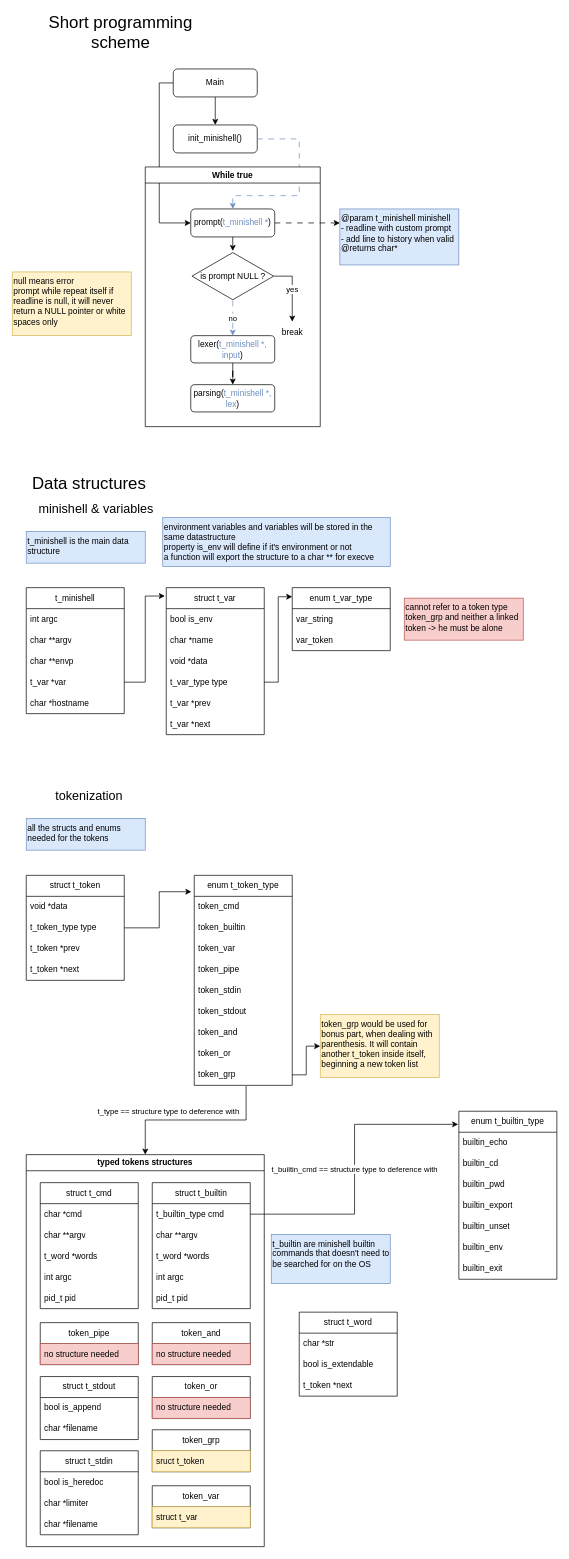
Before: docs/flow_scheme.drawio in RPDJF/42-minishell, a draw.io diagram. Source tidied: cells renumbered, new cells numbered last; positions are measured from the earlier drawing's top-left corner, leaving out a move shared by most shapes. Both pictures are drawn from the tidied source at 70%, with x=0, y=0 at pixel (12, 13).
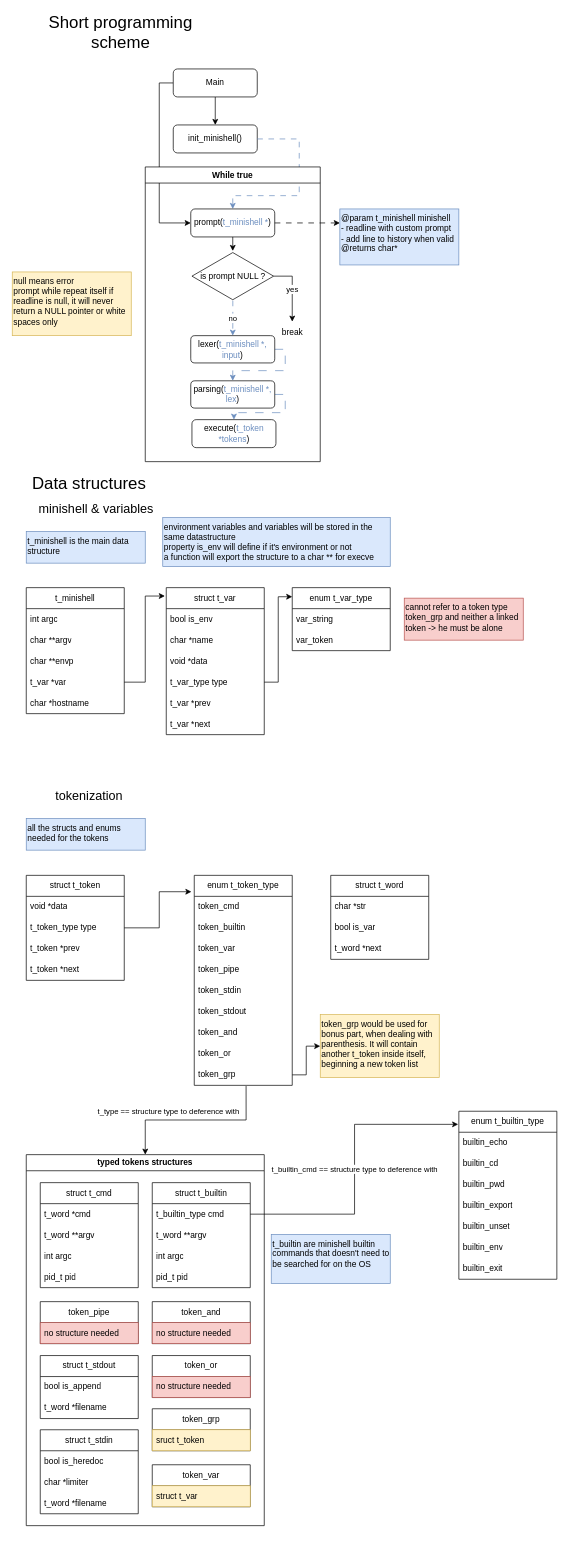
The same page after the edit.

Commit message:
Mettre à jour flow_scheme.drawio

The change refers to these unchanged cells:
```xml
<mxCell id="11" value="lexer(&lt;font color=&quot;#6c8ebf&quot;&gt;t_minishell *, input&lt;/font&gt;)" style="rounded=1;whiteSpace=wrap;html=1;fontSize=12;glass=0;strokeWidth=1;shadow=0;" parent="8" vertex="1">
  <mxGeometry x="65" y="241" width="120" height="39" as="geometry" />
</mxCell>
```

Change to the diagram source:
```diff
@@
     <mxCell id="8" value="While true" style="swimlane;whiteSpace=wrap;html=1;" parent="1" vertex="1">
-      <mxGeometry x="190" y="220" width="250" height="371" as="geometry" />
+      <mxGeometry x="190" y="220" width="250" height="421" as="geometry" />
     </mxCell>
@@
-    <mxCell id="10" style="edgeStyle=orthogonalEdgeStyle;rounded=0;jettySize=auto;html=1;entryX=0.5;entryY=0;entryDx=0;entryDy=0;" parent="8" edge="1" source="11" target="12">
-      <mxGeometry relative="1" as="geometry" />
+    <mxCell id="10" style="edgeStyle=orthogonalEdgeStyle;rounded=0;jettySize=auto;html=1;dashed=1;dashPattern=12 12;fillColor=#dae8fc;strokeColor=#6c8ebf;" parent="8" edge="1" source="11" target="12">
+      <mxGeometry relative="1" as="geometry">
+        <Array as="points">
+          <mxPoint x="200" y="261" />
+          <mxPoint x="200" y="291" />
+          <mxPoint x="125" y="291" />
+        </Array>
+      </mxGeometry>
     </mxCell>
@@
+    <mxCell id="109" style="edgeStyle=orthogonalEdgeStyle;rounded=0;jettySize=auto;html=1;entryX=0.5;entryY=0;entryDx=0;entryDy=0;fillColor=#dae8fc;strokeColor=#6c8ebf;dashed=1;dashPattern=12 12;" parent="8" edge="1" source="12" target="110">
+      <mxGeometry relative="1" as="geometry">
+        <Array as="points">
+          <mxPoint x="200" y="325" />
+          <mxPoint x="200" y="351" />
+          <mxPoint x="127" y="351" />
+        </Array>
+      </mxGeometry>
+    </mxCell>
     <mxCell id="12" value="parsing(&lt;font color=&quot;#6c8ebf&quot;&gt;t_minishell *, lex&lt;/font&gt;)" style="rounded=1;whiteSpace=wrap;html=1;fontSize=12;glass=0;strokeWidth=1;shadow=0;" parent="8" vertex="1">
-      <mxGeometry x="65" y="311" width="120" height="39" as="geometry" />
+      <mxGeometry x="65" y="305.5" width="120" height="39" as="geometry" />
     </mxCell>
@@
+    <mxCell id="110" value="execute(&lt;font color=&quot;#6c8ebf&quot;&gt;t_token *tokens&lt;/font&gt;)" style="rounded=1;whiteSpace=wrap;html=1;fontSize=12;glass=0;strokeWidth=1;shadow=0;" parent="8" vertex="1">
+      <mxGeometry x="66.7" y="361" width="120" height="40" as="geometry" />
+    </mxCell>
@@
     <mxCell id="37" value="typed tokens structures" style="swimlane;whiteSpace=wrap;html=1;" parent="1" vertex="1">
-      <mxGeometry x="20" y="1631" width="340" height="560" as="geometry" />
+      <mxGeometry x="20" y="1631" width="340" height="530" as="geometry" />
     </mxCell>
     <mxCell id="38" value="struct t_cmd" style="swimlane;fontStyle=0;horizontal=1;startSize=30;whiteSpace=wrap;html=1;" parent="37" vertex="1">
-      <mxGeometry x="20" y="40" width="140" height="180" as="geometry" />
+      <mxGeometry x="20" y="40" width="140" height="150" as="geometry" />
     </mxCell>
-    <mxCell id="39" value="char *cmd" style="text;strokeColor=none;fillColor=none;align=left;verticalAlign=middle;spacingLeft=4;spacingRight=4;overflow=hidden;whiteSpace=wrap;html=1;" parent="38" vertex="1">
+    <mxCell id="39" value="t_word *cmd" style="text;strokeColor=none;fillColor=none;align=left;verticalAlign=middle;spacingLeft=4;spacingRight=4;overflow=hidden;whiteSpace=wrap;html=1;" parent="38" vertex="1">
       <mxGeometry y="30" width="140" height="30" as="geometry" />
     </mxCell>
-    <mxCell id="40" value="char **argv" style="text;strokeColor=none;fillColor=none;align=left;verticalAlign=middle;spacingLeft=4;spacingRight=4;overflow=hidden;whiteSpace=wrap;html=1;" parent="38" vertex="1">
+    <mxCell id="40" value="t_word **argv" style="text;strokeColor=none;fillColor=none;align=left;verticalAlign=middle;spacingLeft=4;spacingRight=4;overflow=hidden;whiteSpace=wrap;html=1;" parent="38" vertex="1">
       <mxGeometry y="60" width="140" height="30" as="geometry" />
     </mxCell>
-    <mxCell id="41" value="t_word *words" style="text;strokeColor=none;fillColor=none;align=left;verticalAlign=middle;spacingLeft=4;spacingRight=4;overflow=hidden;whiteSpace=wrap;html=1;" parent="38" vertex="1">
-      <mxGeometry y="90" width="140" height="30" as="geometry" />
-    </mxCell>
     <mxCell id="42" value="int argc" style="text;strokeColor=none;fillColor=none;align=left;verticalAlign=middle;spacingLeft=4;spacingRight=4;overflow=hidden;whiteSpace=wrap;html=1;" parent="38" vertex="1">
-      <mxGeometry y="120" width="140" height="30" as="geometry" />
+      <mxGeometry y="90" width="140" height="30" as="geometry" />
     </mxCell>
     <mxCell id="43" value="pid_t pid" style="text;strokeColor=none;fillColor=none;align=left;verticalAlign=middle;spacingLeft=4;spacingRight=4;overflow=hidden;whiteSpace=wrap;html=1;" parent="38" vertex="1">
-      <mxGeometry y="150" width="140" height="30" as="geometry" />
+      <mxGeometry y="120" width="140" height="30" as="geometry" />
     </mxCell>
     <mxCell id="44" value="struct t_builtin" style="swimlane;fontStyle=0;horizontal=1;startSize=30;whiteSpace=wrap;html=1;" parent="37" vertex="1">
-      <mxGeometry x="180" y="40" width="140" height="180" as="geometry" />
+      <mxGeometry x="180" y="40" width="140" height="150" as="geometry" />
     </mxCell>
@@
-    <mxCell id="46" value="char **argv" style="text;strokeColor=none;fillColor=none;align=left;verticalAlign=middle;spacingLeft=4;spacingRight=4;overflow=hidden;whiteSpace=wrap;html=1;" parent="44" vertex="1">
+    <mxCell id="46" value="t_word **argv" style="text;strokeColor=none;fillColor=none;align=left;verticalAlign=middle;spacingLeft=4;spacingRight=4;overflow=hidden;whiteSpace=wrap;html=1;" parent="44" vertex="1">
       <mxGeometry y="60" width="140" height="30" as="geometry" />
     </mxCell>
-    <mxCell id="47" value="t_word *words" style="text;strokeColor=none;fillColor=none;align=left;verticalAlign=middle;spacingLeft=4;spacingRight=4;overflow=hidden;whiteSpace=wrap;html=1;" parent="44" vertex="1">
-      <mxGeometry y="90" width="140" height="30" as="geometry" />
-    </mxCell>
     <mxCell id="48" value="int argc" style="text;strokeColor=none;fillColor=none;align=left;verticalAlign=middle;spacingLeft=4;spacingRight=4;overflow=hidden;whiteSpace=wrap;html=1;" parent="44" vertex="1">
-      <mxGeometry y="120" width="140" height="30" as="geometry" />
+      <mxGeometry y="90" width="140" height="30" as="geometry" />
     </mxCell>
     <mxCell id="49" value="pid_t pid" style="text;strokeColor=none;fillColor=none;align=left;verticalAlign=middle;spacingLeft=4;spacingRight=4;overflow=hidden;whiteSpace=wrap;html=1;" parent="44" vertex="1">
-      <mxGeometry y="150" width="140" height="30" as="geometry" />
+      <mxGeometry y="120" width="140" height="30" as="geometry" />
     </mxCell>
     <mxCell id="50" value="token_pipe" style="swimlane;fontStyle=0;horizontal=1;startSize=30;whiteSpace=wrap;html=1;" parent="37" vertex="1">
-      <mxGeometry x="20" y="240" width="140" height="60" as="geometry" />
+      <mxGeometry x="20" y="210" width="140" height="60" as="geometry" />
     </mxCell>
@@
     <mxCell id="52" value="struct t_stdout" style="swimlane;fontStyle=0;horizontal=1;startSize=30;whiteSpace=wrap;html=1;" parent="37" vertex="1">
-      <mxGeometry x="20" y="317" width="140" height="90" as="geometry" />
+      <mxGeometry x="20" y="287" width="140" height="90" as="geometry" />
     </mxCell>
@@
-    <mxCell id="54" value="char *filename" style="text;strokeColor=none;fillColor=none;align=left;verticalAlign=middle;spacingLeft=4;spacingRight=4;overflow=hidden;whiteSpace=wrap;html=1;" parent="52" vertex="1">
+    <mxCell id="54" value="t_word *filename" style="text;strokeColor=none;fillColor=none;align=left;verticalAlign=middle;spacingLeft=4;spacingRight=4;overflow=hidden;whiteSpace=wrap;html=1;" parent="52" vertex="1">
       <mxGeometry y="60" width="140" height="30" as="geometry" />
     </mxCell>
     <mxCell id="55" value="token_and" style="swimlane;fontStyle=0;horizontal=1;startSize=30;whiteSpace=wrap;html=1;" parent="37" vertex="1">
-      <mxGeometry x="180" y="240" width="140" height="60" as="geometry" />
+      <mxGeometry x="180" y="210" width="140" height="60" as="geometry" />
     </mxCell>
@@
     <mxCell id="57" value="token_or" style="swimlane;fontStyle=0;horizontal=1;startSize=30;whiteSpace=wrap;html=1;" parent="37" vertex="1">
-      <mxGeometry x="180" y="317" width="140" height="60" as="geometry" />
+      <mxGeometry x="180" y="287" width="140" height="60" as="geometry" />
     </mxCell>
@@
     <mxCell id="59" value="struct t_stdin" style="swimlane;fontStyle=0;horizontal=1;startSize=30;whiteSpace=wrap;html=1;" parent="37" vertex="1">
-      <mxGeometry x="20" y="423" width="140" height="120" as="geometry" />
+      <mxGeometry x="20" y="393" width="140" height="120" as="geometry" />
     </mxCell>
@@
-    <mxCell id="62" value="char *filename" style="text;strokeColor=none;fillColor=none;align=left;verticalAlign=middle;spacingLeft=4;spacingRight=4;overflow=hidden;whiteSpace=wrap;html=1;" parent="59" vertex="1">
+    <mxCell id="62" value="t_word *filename" style="text;strokeColor=none;fillColor=none;align=left;verticalAlign=middle;spacingLeft=4;spacingRight=4;overflow=hidden;whiteSpace=wrap;html=1;" parent="59" vertex="1">
       <mxGeometry y="90" width="140" height="30" as="geometry" />
     </mxCell>
     <mxCell id="63" value="token_grp" style="swimlane;fontStyle=0;horizontal=1;startSize=30;whiteSpace=wrap;html=1;" parent="37" vertex="1">
-      <mxGeometry x="180" y="393" width="140" height="60" as="geometry" />
+      <mxGeometry x="180" y="363" width="140" height="60" as="geometry" />
     </mxCell>
@@
     <mxCell id="65" value="token_var" style="swimlane;fontStyle=0;horizontal=1;startSize=30;whiteSpace=wrap;html=1;" parent="37" vertex="1">
-      <mxGeometry x="180" y="473" width="140" height="60" as="geometry" />
+      <mxGeometry x="180" y="443" width="140" height="60" as="geometry" />
     </mxCell>
@@
     <mxCell id="105" value="struct t_word" style="swimlane;fontStyle=0;horizontal=1;startSize=30;whiteSpace=wrap;html=1;" parent="1" vertex="1">
-      <mxGeometry x="410" y="1856" width="140" height="120" as="geometry" />
+      <mxGeometry x="455" y="1232" width="140" height="120" as="geometry" />
     </mxCell>
@@
-    <mxCell id="107" value="bool is_extendable" style="text;strokeColor=none;fillColor=none;align=left;verticalAlign=middle;spacingLeft=4;spacingRight=4;overflow=hidden;whiteSpace=wrap;html=1;" parent="105" vertex="1">
+    <mxCell id="107" value="bool is_var" style="text;strokeColor=none;fillColor=none;align=left;verticalAlign=middle;spacingLeft=4;spacingRight=4;overflow=hidden;whiteSpace=wrap;html=1;" parent="105" vertex="1">
       <mxGeometry y="60" width="140" height="30" as="geometry" />
     </mxCell>
-    <mxCell id="108" value="t_token *next" style="text;strokeColor=none;fillColor=none;align=left;verticalAlign=middle;spacingLeft=4;spacingRight=4;overflow=hidden;whiteSpace=wrap;html=1;" parent="105" vertex="1">
+    <mxCell id="108" value="t_word *next" style="text;strokeColor=none;fillColor=none;align=left;verticalAlign=middle;spacingLeft=4;spacingRight=4;overflow=hidden;whiteSpace=wrap;html=1;" parent="105" vertex="1">
       <mxGeometry y="90" width="140" height="30" as="geometry" />
     </mxCell>
```
